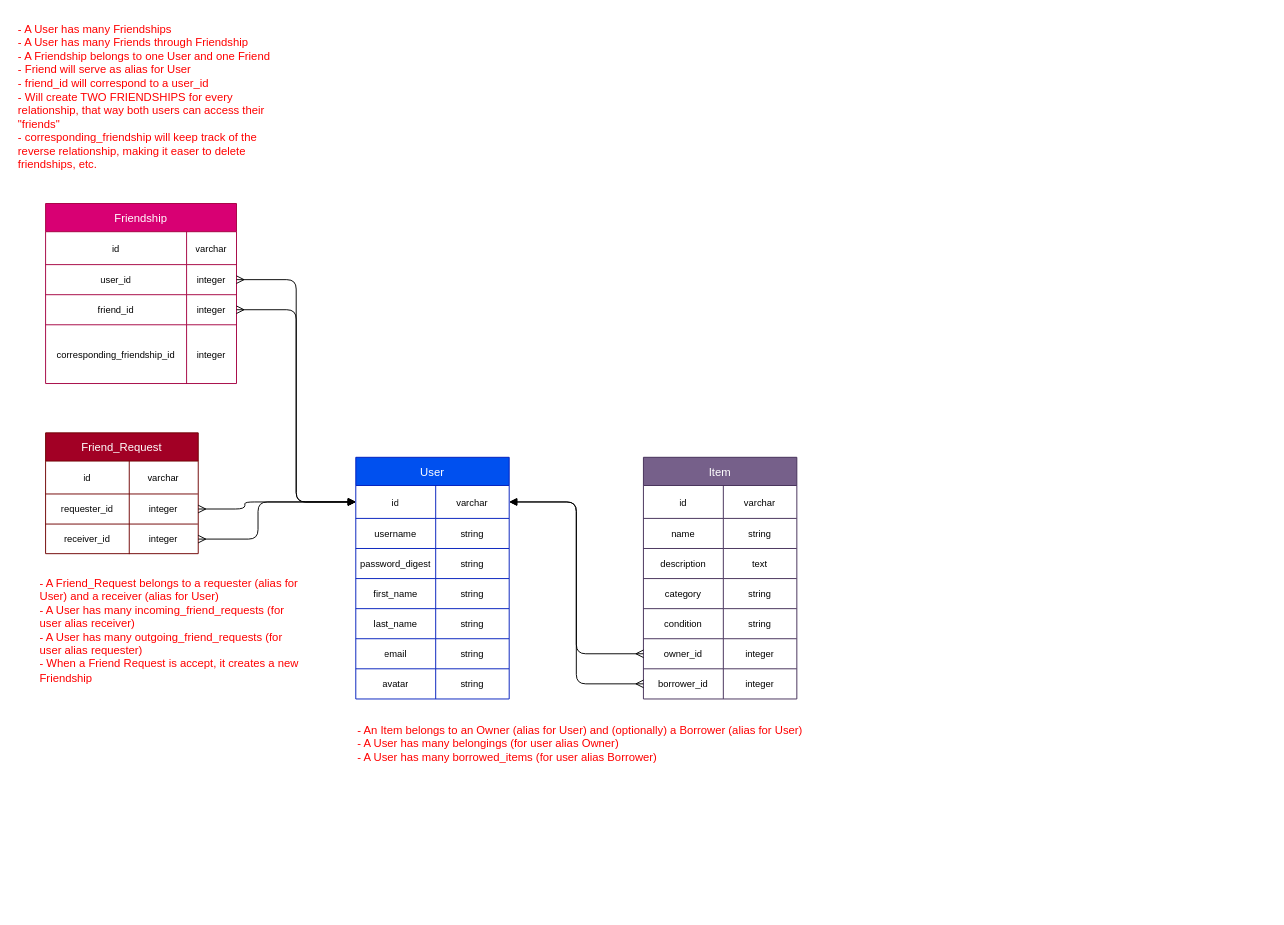
jefftmarks/lemme-borrow keeps this draw.io diagram as project-planning/backend/assocations.drawio. Above is the earlier version. Source tidied: cells renumbered, new cells numbered last; positions are measured from the earlier drawing's top-left corner, leaving out a move shared by most shapes. Both pictures are drawn from the tidied source at 94%, with x=0, y=0 at pixel (16, 16).
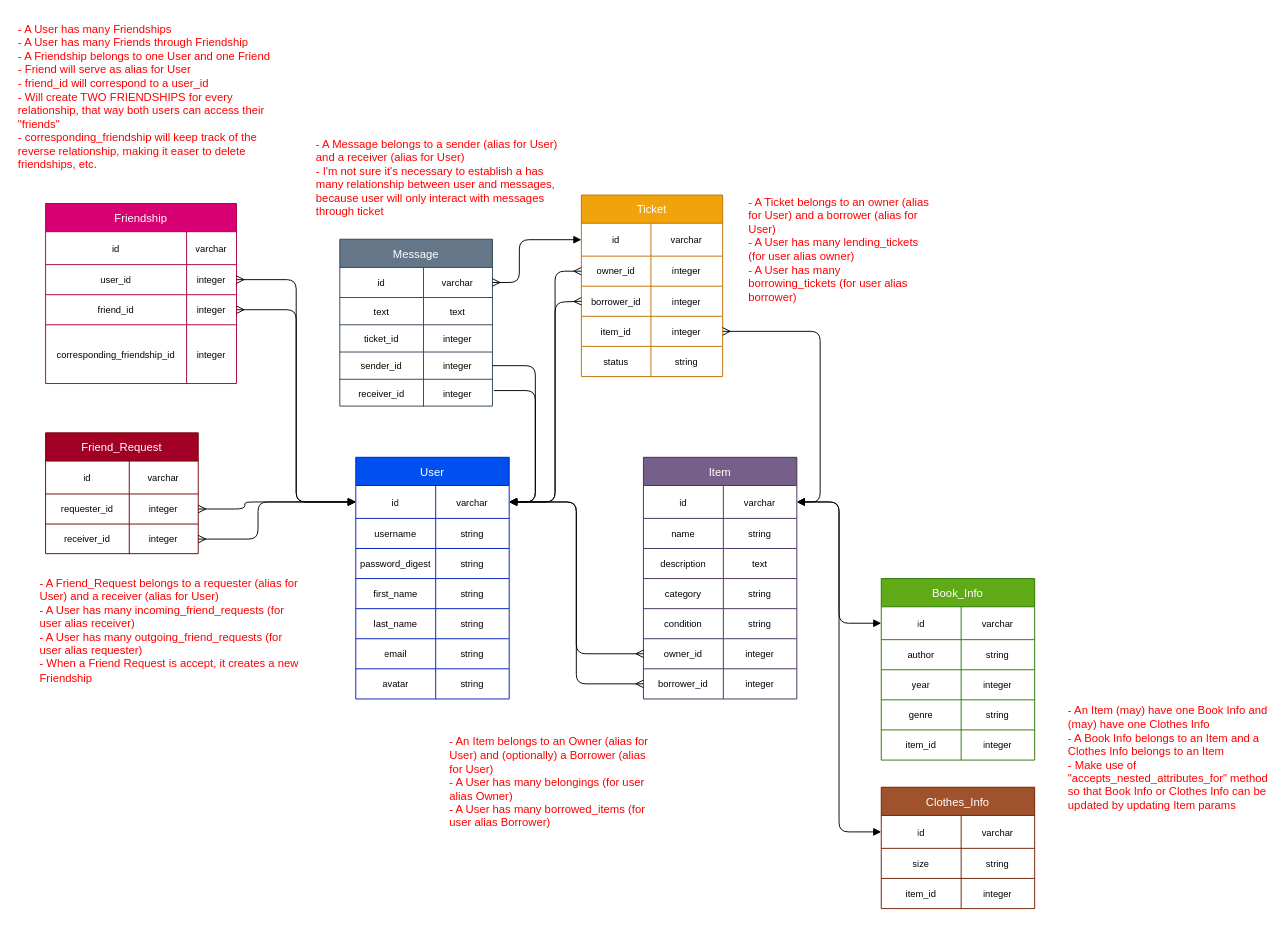
After the change.

Unchanged cells that the change refers to:
```xml
<mxCell id="3" style="shape=partialRectangle;fillColor=none;top=0;left=0;bottom=0;right=0;points=[[0,0.5],[1,0.5]];portConstraint=eastwest;" parent="2" vertex="1">
  <mxGeometry y="30" width="163.2" height="35" as="geometry" />
</mxCell>
<mxCell id="54" style="shape=partialRectangle;fillColor=none;top=0;left=0;bottom=0;right=0;points=[[0,0.5],[1,0.5]];portConstraint=eastwest;" parent="53" vertex="1">
  <mxGeometry y="30" width="163.2" height="35" as="geometry" />
</mxCell>
```

What changed in the source:
```diff
@@
     <mxCell id="77" value="- An Item belongs to an Owner (alias for User) and (optionally) a Borrower (alias for User)&lt;br&gt;- A User has many belongings (for user alias Owner)&lt;br&gt;- A User has many borrowed_items (for user alias Borrower)" style="text;html=1;strokeColor=none;fillColor=none;align=left;verticalAlign=top;whiteSpace=wrap;rounded=0;fontColor=#FF0000;" parent="1" vertex="1">
-      <mxGeometry x="361" y="746" width="479" height="56" as="geometry" />
+      <mxGeometry x="459" y="758" width="215" height="118" as="geometry" />
     </mxCell>
+    <mxCell id="78" value="Book_Info" style="shape=table;startSize=30;childLayout=tableLayout;strokeWidth=1;strokeColor=#2D7600;fillColor=#60a917;fontColor=#ffffff;" parent="1" vertex="1">
+      <mxGeometry x="920" y="598" width="163.2" height="193.1" as="geometry" />
+    </mxCell>
+    <mxCell id="79" style="shape=partialRectangle;fillColor=none;top=0;left=0;bottom=0;right=0;points=[[0,0.5],[1,0.5]];portConstraint=eastwest;" parent="78" vertex="1">
+      <mxGeometry y="30" width="163.2" height="35" as="geometry" />
+    </mxCell>
+    <mxCell id="80" value="id" style="shape=partialRectangle;html=1;whiteSpace=wrap;overflow=hidden;fillColor=none;top=0;left=0;bottom=0;right=0;fontColor=#000000;fontSize=10;" parent="79" vertex="1">
+      <mxGeometry width="85" height="35" as="geometry" />
+    </mxCell>
+    <mxCell id="81" value="varchar" style="shape=partialRectangle;html=1;whiteSpace=wrap;overflow=hidden;fillColor=none;top=0;left=0;bottom=0;right=0;fontColor=#000000;fontSize=10;" parent="79" vertex="1">
+      <mxGeometry x="85" width="78" height="35" as="geometry" />
+    </mxCell>
+    <mxCell id="82" style="shape=partialRectangle;fillColor=none;top=0;left=0;bottom=0;right=0;" parent="78" vertex="1">
+      <mxGeometry y="65" width="163.2" height="32" as="geometry" />
+    </mxCell>
+    <mxCell id="83" value="author" style="shape=partialRectangle;html=1;whiteSpace=wrap;overflow=hidden;fillColor=none;top=0;left=0;bottom=0;right=0;fontSize=10;fontColor=#000000;" parent="82" vertex="1">
+      <mxGeometry width="85" height="32" as="geometry" />
+    </mxCell>
+    <mxCell id="84" value="string" style="shape=partialRectangle;html=1;whiteSpace=wrap;overflow=hidden;fillColor=none;top=0;left=0;bottom=0;right=0;fontSize=10;fontColor=#000000;" parent="82" vertex="1">
+      <mxGeometry x="85" width="78" height="32" as="geometry" />
+    </mxCell>
+    <mxCell id="85" style="shape=partialRectangle;fillColor=none;top=0;left=0;bottom=0;right=0;" parent="78" vertex="1">
+      <mxGeometry y="97" width="163.2" height="32" as="geometry" />
+    </mxCell>
+    <mxCell id="86" value="year" style="shape=partialRectangle;html=1;whiteSpace=wrap;overflow=hidden;fillColor=none;top=0;left=0;bottom=0;right=0;fontSize=10;fontColor=#000000;" parent="85" vertex="1">
+      <mxGeometry width="85" height="32" as="geometry" />
+    </mxCell>
+    <mxCell id="87" value="integer" style="shape=partialRectangle;html=1;whiteSpace=wrap;overflow=hidden;fillColor=none;top=0;left=0;bottom=0;right=0;fontSize=10;fontColor=#000000;" parent="85" vertex="1">
+      <mxGeometry x="85" width="78" height="32" as="geometry" />
+    </mxCell>
+    <mxCell id="88" style="shape=partialRectangle;fillColor=none;top=0;left=0;bottom=0;right=0;" parent="78" vertex="1">
+      <mxGeometry y="129" width="163.2" height="32" as="geometry" />
+    </mxCell>
+    <mxCell id="89" value="genre" style="shape=partialRectangle;html=1;whiteSpace=wrap;overflow=hidden;fillColor=none;top=0;left=0;bottom=0;right=0;fontSize=10;fontColor=#000000;" parent="88" vertex="1">
+      <mxGeometry width="85" height="32" as="geometry" />
+    </mxCell>
+    <mxCell id="90" value="string" style="shape=partialRectangle;html=1;whiteSpace=wrap;overflow=hidden;fillColor=none;top=0;left=0;bottom=0;right=0;fontSize=10;fontColor=#000000;" parent="88" vertex="1">
+      <mxGeometry x="85" width="78" height="32" as="geometry" />
+    </mxCell>
+    <mxCell id="91" style="shape=partialRectangle;fillColor=none;top=0;left=0;bottom=0;right=0;" parent="78" vertex="1">
+      <mxGeometry y="161" width="163.2" height="32" as="geometry" />
+    </mxCell>
+    <mxCell id="92" value="item_id" style="shape=partialRectangle;html=1;whiteSpace=wrap;overflow=hidden;fillColor=none;top=0;left=0;bottom=0;right=0;fontSize=10;fontColor=#000000;" parent="91" vertex="1">
+      <mxGeometry width="85" height="32" as="geometry" />
+    </mxCell>
+    <mxCell id="93" value="integer" style="shape=partialRectangle;html=1;whiteSpace=wrap;overflow=hidden;fillColor=none;top=0;left=0;bottom=0;right=0;fontSize=10;fontColor=#000000;" parent="91" vertex="1">
+      <mxGeometry x="85" width="78" height="32" as="geometry" />
+    </mxCell>
+    <mxCell id="94" value="Clothes_Info" style="shape=table;startSize=30;childLayout=tableLayout;strokeWidth=1;strokeColor=#6D1F00;fillColor=#a0522d;fontColor=#ffffff;" parent="1" vertex="1">
+      <mxGeometry x="920" y="820" width="163.2" height="129.1" as="geometry" />
+    </mxCell>
+    <mxCell id="95" style="shape=partialRectangle;fillColor=none;top=0;left=0;bottom=0;right=0;points=[[0,0.5],[1,0.5]];portConstraint=eastwest;" parent="94" vertex="1">
+      <mxGeometry y="30" width="163.2" height="35" as="geometry" />
+    </mxCell>
+    <mxCell id="96" value="id" style="shape=partialRectangle;html=1;whiteSpace=wrap;overflow=hidden;fillColor=none;top=0;left=0;bottom=0;right=0;fontColor=#000000;fontSize=10;" parent="95" vertex="1">
+      <mxGeometry width="85" height="35" as="geometry" />
+    </mxCell>
+    <mxCell id="97" value="varchar" style="shape=partialRectangle;html=1;whiteSpace=wrap;overflow=hidden;fillColor=none;top=0;left=0;bottom=0;right=0;fontColor=#000000;fontSize=10;" parent="95" vertex="1">
+      <mxGeometry x="85" width="78" height="35" as="geometry" />
+    </mxCell>
+    <mxCell id="98" style="shape=partialRectangle;fillColor=none;top=0;left=0;bottom=0;right=0;" parent="94" vertex="1">
+      <mxGeometry y="65" width="163.2" height="32" as="geometry" />
+    </mxCell>
+    <mxCell id="99" value="size" style="shape=partialRectangle;html=1;whiteSpace=wrap;overflow=hidden;fillColor=none;top=0;left=0;bottom=0;right=0;fontSize=10;fontColor=#000000;" parent="98" vertex="1">
+      <mxGeometry width="85" height="32" as="geometry" />
+    </mxCell>
+    <mxCell id="100" value="string" style="shape=partialRectangle;html=1;whiteSpace=wrap;overflow=hidden;fillColor=none;top=0;left=0;bottom=0;right=0;fontSize=10;fontColor=#000000;" parent="98" vertex="1">
+      <mxGeometry x="85" width="78" height="32" as="geometry" />
+    </mxCell>
+    <mxCell id="101" style="shape=partialRectangle;fillColor=none;top=0;left=0;bottom=0;right=0;" parent="94" vertex="1">
+      <mxGeometry y="97" width="163.2" height="32" as="geometry" />
+    </mxCell>
+    <mxCell id="102" value="item_id" style="shape=partialRectangle;html=1;whiteSpace=wrap;overflow=hidden;fillColor=none;top=0;left=0;bottom=0;right=0;fontSize=10;fontColor=#000000;" parent="101" vertex="1">
+      <mxGeometry width="85" height="32" as="geometry" />
+    </mxCell>
+    <mxCell id="103" value="integer" style="shape=partialRectangle;html=1;whiteSpace=wrap;overflow=hidden;fillColor=none;top=0;left=0;bottom=0;right=0;fontSize=10;fontColor=#000000;" parent="101" vertex="1">
+      <mxGeometry x="85" width="78" height="32" as="geometry" />
+    </mxCell>
+    <mxCell id="104" style="edgeStyle=orthogonalEdgeStyle;html=1;exitX=0;exitY=0.5;exitDx=0;exitDy=0;entryX=1;entryY=0.5;entryDx=0;entryDy=0;startArrow=block;startFill=1;endArrow=block;endFill=1;strokeColor=#000000;" parent="1" edge="1" source="79" target="54">
+      <mxGeometry relative="1" as="geometry" />
+    </mxCell>
+    <mxCell id="105" style="edgeStyle=orthogonalEdgeStyle;html=1;exitX=0;exitY=0.5;exitDx=0;exitDy=0;entryX=1;entryY=0.5;entryDx=0;entryDy=0;startArrow=block;startFill=1;endArrow=block;endFill=1;strokeColor=#000000;" parent="1" edge="1" source="95" target="54">
+      <mxGeometry relative="1" as="geometry" />
+    </mxCell>
+    <mxCell id="106" value="- An Item (may) have one Book Info and (may) have one Clothes Info&lt;br&gt;- A Book Info belongs to an Item and a Clothes Info belongs to an Item&lt;br&gt;- Make use of &quot;accepts_nested_attributes_for&quot; method so that Book Info or Clothes Info can be updated by updating Item params" style="text;html=1;strokeColor=none;fillColor=none;align=left;verticalAlign=top;whiteSpace=wrap;rounded=0;fontColor=#FF0000;" parent="1" vertex="1">
+      <mxGeometry x="1117" y="725.1" width="215" height="224" as="geometry" />
+    </mxCell>
+    <mxCell id="107" value="Ticket" style="shape=table;startSize=30;childLayout=tableLayout;strokeWidth=1;strokeColor=#BD7000;fillColor=#f0a30a;fontColor=#FFFFFF;" parent="1" vertex="1">
+      <mxGeometry x="601" y="190" width="150.3" height="193.1" as="geometry" />
+    </mxCell>
+    <mxCell id="108" style="shape=partialRectangle;fillColor=none;top=0;left=0;bottom=0;right=0;points=[[0,0.5],[1,0.5]];portConstraint=eastwest;" parent="107" vertex="1">
+      <mxGeometry y="30" width="150.3" height="35" as="geometry" />
+    </mxCell>
+    <mxCell id="109" value="id" style="shape=partialRectangle;html=1;whiteSpace=wrap;overflow=hidden;fillColor=none;top=0;left=0;bottom=0;right=0;fontColor=#000000;fontSize=10;" parent="108" vertex="1">
+      <mxGeometry width="74" height="35" as="geometry" />
+    </mxCell>
+    <mxCell id="110" value="varchar" style="shape=partialRectangle;html=1;whiteSpace=wrap;overflow=hidden;fillColor=none;top=0;left=0;bottom=0;right=0;fontColor=#000000;fontSize=10;" parent="108" vertex="1">
+      <mxGeometry x="74" width="76" height="35" as="geometry" />
+    </mxCell>
+    <mxCell id="111" style="shape=partialRectangle;fillColor=none;top=0;left=0;bottom=0;right=0;points=[[0,0.5],[1,0.5]];portConstraint=eastwest;" parent="107" vertex="1">
+      <mxGeometry y="65" width="150.3" height="32" as="geometry" />
+    </mxCell>
+    <mxCell id="112" value="owner_id" style="shape=partialRectangle;html=1;whiteSpace=wrap;overflow=hidden;fillColor=none;top=0;left=0;bottom=0;right=0;fontSize=10;fontColor=#000000;" parent="111" vertex="1">
+      <mxGeometry width="74" height="32" as="geometry" />
+    </mxCell>
+    <mxCell id="113" value="integer" style="shape=partialRectangle;html=1;whiteSpace=wrap;overflow=hidden;fillColor=none;top=0;left=0;bottom=0;right=0;fontSize=10;fontColor=#000000;" parent="111" vertex="1">
+      <mxGeometry x="74" width="76" height="32" as="geometry" />
+    </mxCell>
+    <mxCell id="114" style="shape=partialRectangle;fillColor=none;top=0;left=0;bottom=0;right=0;points=[[0,0.5],[1,0.5]];portConstraint=eastwest;" parent="107" vertex="1">
+      <mxGeometry y="97" width="150.3" height="32" as="geometry" />
+    </mxCell>
+    <mxCell id="115" value="borrower_id" style="shape=partialRectangle;html=1;whiteSpace=wrap;overflow=hidden;fillColor=none;top=0;left=0;bottom=0;right=0;fontSize=10;fontColor=#000000;" parent="114" vertex="1">
+      <mxGeometry width="74" height="32" as="geometry" />
+    </mxCell>
+    <mxCell id="116" value="integer" style="shape=partialRectangle;html=1;whiteSpace=wrap;overflow=hidden;fillColor=none;top=0;left=0;bottom=0;right=0;fontSize=10;fontColor=#000000;" parent="114" vertex="1">
+      <mxGeometry x="74" width="76" height="32" as="geometry" />
+    </mxCell>
+    <mxCell id="117" style="shape=partialRectangle;fillColor=none;top=0;left=0;bottom=0;right=0;points=[[0,0.5],[1,0.5]];portConstraint=eastwest;" parent="107" vertex="1">
+      <mxGeometry y="129" width="150.3" height="32" as="geometry" />
+    </mxCell>
+    <mxCell id="118" value="item_id" style="shape=partialRectangle;html=1;whiteSpace=wrap;overflow=hidden;fillColor=none;top=0;left=0;bottom=0;right=0;fontSize=10;fontColor=#000000;" parent="117" vertex="1">
+      <mxGeometry width="74" height="32" as="geometry" />
+    </mxCell>
+    <mxCell id="119" value="integer" style="shape=partialRectangle;html=1;whiteSpace=wrap;overflow=hidden;fillColor=none;top=0;left=0;bottom=0;right=0;fontSize=10;fontColor=#000000;" parent="117" vertex="1">
+      <mxGeometry x="74" width="76" height="32" as="geometry" />
+    </mxCell>
+    <mxCell id="120" style="shape=partialRectangle;fillColor=none;top=0;left=0;bottom=0;right=0;" parent="107" vertex="1">
+      <mxGeometry y="161" width="150.3" height="32" as="geometry" />
+    </mxCell>
+    <mxCell id="121" value="status" style="shape=partialRectangle;html=1;whiteSpace=wrap;overflow=hidden;fillColor=none;top=0;left=0;bottom=0;right=0;fontSize=10;fontColor=#000000;" parent="120" vertex="1">
+      <mxGeometry width="74" height="32" as="geometry" />
+    </mxCell>
+    <mxCell id="122" value="string" style="shape=partialRectangle;html=1;whiteSpace=wrap;overflow=hidden;fillColor=none;top=0;left=0;bottom=0;right=0;fontSize=10;fontColor=#000000;" parent="120" vertex="1">
+      <mxGeometry x="74" width="76" height="32" as="geometry" />
+    </mxCell>
+    <mxCell id="123" style="edgeStyle=orthogonalEdgeStyle;html=1;exitX=1;exitY=0.5;exitDx=0;exitDy=0;entryX=0;entryY=0.5;entryDx=0;entryDy=0;startArrow=block;startFill=1;endArrow=ERmany;endFill=0;strokeColor=#000000;" parent="1" edge="1" source="3" target="111">
+      <mxGeometry relative="1" as="geometry">
+        <Array as="points">
+          <mxPoint x="573" y="516" />
+          <mxPoint x="573" y="271" />
+        </Array>
+      </mxGeometry>
+    </mxCell>
+    <mxCell id="124" style="edgeStyle=orthogonalEdgeStyle;html=1;exitX=1;exitY=0.5;exitDx=0;exitDy=0;entryX=0;entryY=0.5;entryDx=0;entryDy=0;startArrow=block;startFill=1;endArrow=ERmany;endFill=0;strokeColor=#000000;" parent="1" edge="1" source="3" target="114">
+      <mxGeometry relative="1" as="geometry">
+        <Array as="points">
+          <mxPoint x="573" y="516" />
+          <mxPoint x="573" y="304" />
+          <mxPoint x="601" y="304" />
+        </Array>
+      </mxGeometry>
+    </mxCell>
+    <mxCell id="125" style="edgeStyle=orthogonalEdgeStyle;html=1;exitX=1;exitY=0.5;exitDx=0;exitDy=0;entryX=1;entryY=0.5;entryDx=0;entryDy=0;startArrow=block;startFill=1;endArrow=ERmany;endFill=0;strokeColor=#000000;" parent="1" edge="1" source="54" target="117">
+      <mxGeometry relative="1" as="geometry">
+        <Array as="points">
+          <mxPoint x="855" y="517" />
+          <mxPoint x="855" y="335" />
+        </Array>
+      </mxGeometry>
+    </mxCell>
+    <mxCell id="126" value="Message" style="shape=table;startSize=30;childLayout=tableLayout;strokeWidth=1;strokeColor=#314354;fillColor=#647687;fontColor=#ffffff;" parent="1" vertex="1">
+      <mxGeometry x="344" y="237" width="162.4" height="177.5" as="geometry" />
+    </mxCell>
+    <mxCell id="127" style="shape=partialRectangle;fillColor=none;top=0;left=0;bottom=0;right=0;points=[[0,0.5],[1,0.5]];portConstraint=eastwest;" parent="126" vertex="1">
+      <mxGeometry y="30" width="162.4" height="32" as="geometry" />
+    </mxCell>
+    <mxCell id="128" value="id" style="shape=partialRectangle;html=1;whiteSpace=wrap;overflow=hidden;fillColor=none;top=0;left=0;bottom=0;right=0;fontColor=#000000;fontSize=10;" parent="127" vertex="1">
+      <mxGeometry width="89" height="32" as="geometry" />
+    </mxCell>
+    <mxCell id="129" value="varchar" style="shape=partialRectangle;html=1;whiteSpace=wrap;overflow=hidden;fillColor=none;top=0;left=0;bottom=0;right=0;fontColor=#000000;fontSize=10;" parent="127" vertex="1">
+      <mxGeometry x="89" width="73" height="32" as="geometry" />
+    </mxCell>
+    <mxCell id="130" style="shape=partialRectangle;fillColor=none;top=0;left=0;bottom=0;right=0;" parent="126" vertex="1">
+      <mxGeometry y="62" width="162.4" height="29" as="geometry" />
+    </mxCell>
+    <mxCell id="131" value="text" style="shape=partialRectangle;html=1;whiteSpace=wrap;overflow=hidden;fillColor=none;top=0;left=0;bottom=0;right=0;fontSize=10;fontColor=#000000;" parent="130" vertex="1">
+      <mxGeometry width="89" height="29" as="geometry" />
+    </mxCell>
+    <mxCell id="132" value="text" style="shape=partialRectangle;html=1;whiteSpace=wrap;overflow=hidden;fillColor=none;top=0;left=0;bottom=0;right=0;fontSize=10;fontColor=#000000;" parent="130" vertex="1">
+      <mxGeometry x="89" width="73" height="29" as="geometry" />
+    </mxCell>
+    <mxCell id="133" style="shape=partialRectangle;fillColor=none;top=0;left=0;bottom=0;right=0;" parent="126" vertex="1">
+      <mxGeometry y="91" width="162.4" height="29" as="geometry" />
+    </mxCell>
+    <mxCell id="134" value="ticket_id" style="shape=partialRectangle;html=1;whiteSpace=wrap;overflow=hidden;fillColor=none;top=0;left=0;bottom=0;right=0;fontSize=10;fontColor=#000000;" parent="133" vertex="1">
+      <mxGeometry width="89" height="29" as="geometry" />
+    </mxCell>
+    <mxCell id="135" value="integer" style="shape=partialRectangle;html=1;whiteSpace=wrap;overflow=hidden;fillColor=none;top=0;left=0;bottom=0;right=0;fontSize=10;fontColor=#000000;" parent="133" vertex="1">
+      <mxGeometry x="89" width="73" height="29" as="geometry" />
+    </mxCell>
+    <mxCell id="136" style="shape=partialRectangle;fillColor=none;top=0;left=0;bottom=0;right=0;points=[[0,0.5],[1,0.5]];portConstraint=eastwest;" parent="126" vertex="1">
+      <mxGeometry y="120" width="162.4" height="29" as="geometry" />
+    </mxCell>
+    <mxCell id="137" value="sender_id" style="shape=partialRectangle;html=1;whiteSpace=wrap;overflow=hidden;fillColor=none;top=0;left=0;bottom=0;right=0;fontSize=10;fontColor=#000000;" parent="136" vertex="1">
+      <mxGeometry width="89" height="29" as="geometry" />
+    </mxCell>
+    <mxCell id="138" value="integer" style="shape=partialRectangle;html=1;whiteSpace=wrap;overflow=hidden;fillColor=none;top=0;left=0;bottom=0;right=0;fontSize=10;fontColor=#000000;" parent="136" vertex="1">
+      <mxGeometry x="89" width="73" height="29" as="geometry" />
+    </mxCell>
+    <mxCell id="139" style="shape=partialRectangle;fillColor=none;top=0;left=0;bottom=0;right=0;" parent="126" vertex="1">
+      <mxGeometry y="149" width="162.4" height="29" as="geometry" />
+    </mxCell>
+    <mxCell id="140" value="receiver_id" style="shape=partialRectangle;html=1;whiteSpace=wrap;overflow=hidden;fillColor=none;top=0;left=0;bottom=0;right=0;fontSize=10;fontColor=#000000;" parent="139" vertex="1">
+      <mxGeometry width="89" height="29" as="geometry" />
+    </mxCell>
+    <mxCell id="141" value="integer" style="shape=partialRectangle;html=1;whiteSpace=wrap;overflow=hidden;fillColor=none;top=0;left=0;bottom=0;right=0;fontSize=10;fontColor=#000000;" parent="139" vertex="1">
+      <mxGeometry x="89" width="73" height="29" as="geometry" />
+    </mxCell>
+    <mxCell id="142" style="edgeStyle=orthogonalEdgeStyle;html=1;exitX=0;exitY=0.5;exitDx=0;exitDy=0;entryX=1;entryY=0.5;entryDx=0;entryDy=0;startArrow=block;startFill=1;endArrow=ERmany;endFill=0;strokeColor=#000000;" parent="1" edge="1" source="108" target="127">
+      <mxGeometry relative="1" as="geometry">
+        <Array as="points">
+          <mxPoint x="535" y="238" />
+          <mxPoint x="535" y="283" />
+        </Array>
+      </mxGeometry>
+    </mxCell>
+    <mxCell id="143" value="- A Ticket belongs to an owner (alias for User) and a borrower (alias for User)&lt;br&gt;- A User has many lending_tickets (for user alias owner)&lt;br&gt;- A User has many borrowing_tickets (for user alias borrower)" style="text;html=1;strokeColor=none;fillColor=none;align=left;verticalAlign=top;whiteSpace=wrap;rounded=0;fontColor=#FF0000;" parent="1" vertex="1">
+      <mxGeometry x="777" y="184" width="195" height="138" as="geometry" />
+    </mxCell>
+    <mxCell id="144" style="edgeStyle=orthogonalEdgeStyle;html=1;exitX=1;exitY=0.5;exitDx=0;exitDy=0;entryX=1;entryY=0.5;entryDx=0;entryDy=0;strokeColor=#000000;" parent="1" edge="1" source="136" target="3">
+      <mxGeometry relative="1" as="geometry">
+        <Array as="points">
+          <mxPoint x="552" y="372" />
+          <mxPoint x="552" y="516" />
+        </Array>
+      </mxGeometry>
+    </mxCell>
+    <mxCell id="145" style="edgeStyle=orthogonalEdgeStyle;html=1;strokeColor=#000000;entryX=1;entryY=0.5;entryDx=0;entryDy=0;" parent="1" edge="1" target="3">
+      <mxGeometry relative="1" as="geometry">
+        <mxPoint x="508" y="398" as="sourcePoint" />
+        <Array as="points">
+          <mxPoint x="552" y="398" />
+          <mxPoint x="552" y="516" />
+        </Array>
+      </mxGeometry>
+    </mxCell>
+    <mxCell id="146" value="- A Message belongs to a sender (alias for User) and a receiver (alias for User)&lt;br&gt;- I'm not sure it's necessary to establish a has many relationship between user and messages, because user will only interact with messages through ticket" style="text;html=1;strokeColor=none;fillColor=none;align=left;verticalAlign=top;whiteSpace=wrap;rounded=0;fontColor=#FF0000;" parent="1" vertex="1">
+      <mxGeometry x="317" y="122" width="266" height="103" as="geometry" />
+    </mxCell>
```
